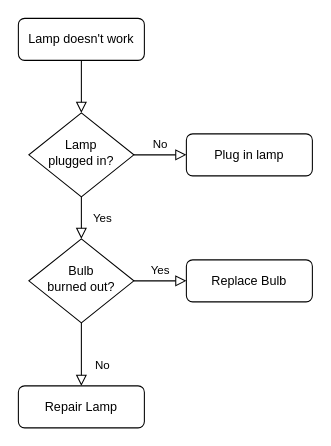
The draw.io diagram Diagramme sans nom.drawio in AurionRodgerDiablo/Vincent-Goldschmidt, before the edit. Source tidied: cells renumbered, new cells numbered last; positions are measured from the earlier drawing's top-left corner, leaving out a move shared by most shapes. Both pictures are drawn from the tidied source at 105%, with x=0, y=0 at pixel (18, 18).
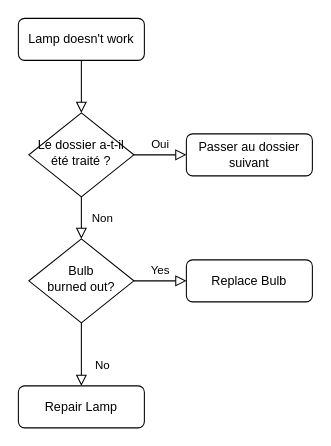
Above is the later version.

Commit message:
Mettre à jour Diagramme sans nom.drawio

What changed in the source:
```diff
@@
 <mxGraphModel>
   <root>
     <mxCell id="0" />
     <mxCell id="1" parent="0" />
     <mxCell id="2" style="rounded=0;html=1;jettySize=auto;fontSize=11;endArrow=block;endFill=0;endSize=8;strokeWidth=1;shadow=0;labelBackgroundColor=none;edgeStyle=orthogonalEdgeStyle;" parent="1" edge="1" source="3" target="6">
       <mxGeometry relative="1" as="geometry" />
     </mxCell>
     <mxCell id="3" value="Lamp doesn't work" style="rounded=1;whiteSpace=wrap;html=1;fontSize=12;glass=0;strokeWidth=1;shadow=0;" parent="1" vertex="1">
       <mxGeometry width="120" height="40" as="geometry" />
     </mxCell>
-    <mxCell id="4" value="Yes" style="rounded=0;html=1;jettySize=auto;fontSize=11;endArrow=block;endFill=0;endSize=8;strokeWidth=1;shadow=0;labelBackgroundColor=none;edgeStyle=orthogonalEdgeStyle;" parent="1" edge="1" source="6" target="10">
+    <mxCell id="4" value="Non" style="rounded=0;html=1;jettySize=auto;fontSize=11;endArrow=block;endFill=0;endSize=8;strokeWidth=1;shadow=0;labelBackgroundColor=none;edgeStyle=orthogonalEdgeStyle;" parent="1" edge="1" source="6" target="10">
       <mxGeometry y="20" relative="1" as="geometry" />
     </mxCell>
-    <mxCell id="5" value="No" style="edgeStyle=orthogonalEdgeStyle;rounded=0;html=1;jettySize=auto;fontSize=11;endArrow=block;endFill=0;endSize=8;strokeWidth=1;shadow=0;labelBackgroundColor=none;" parent="1" edge="1" source="6" target="7">
+    <mxCell id="5" value="Oui" style="edgeStyle=orthogonalEdgeStyle;rounded=0;html=1;jettySize=auto;fontSize=11;endArrow=block;endFill=0;endSize=8;strokeWidth=1;shadow=0;labelBackgroundColor=none;" parent="1" edge="1" source="6" target="7">
       <mxGeometry y="10" relative="1" as="geometry" />
     </mxCell>
-    <mxCell id="6" value="Lamp&lt;br&gt;plugged in?" style="rhombus;whiteSpace=wrap;html=1;shadow=0;fontFamily=Helvetica;fontSize=12;align=center;strokeWidth=1;spacing=6;spacingTop=-4;" parent="1" vertex="1">
+    <mxCell id="6" value="Le dossier a-t-il été traité ?" style="rhombus;whiteSpace=wrap;html=1;shadow=0;fontFamily=Helvetica;fontSize=12;align=center;strokeWidth=1;spacing=6;spacingTop=-4;" parent="1" vertex="1">
       <mxGeometry x="10" y="90" width="100" height="80" as="geometry" />
     </mxCell>
-    <mxCell id="7" value="Plug in lamp" style="rounded=1;whiteSpace=wrap;html=1;fontSize=12;glass=0;strokeWidth=1;shadow=0;" parent="1" vertex="1">
+    <mxCell id="7" value="Passer au dossier suivant" style="rounded=1;whiteSpace=wrap;html=1;fontSize=12;glass=0;strokeWidth=1;shadow=0;" parent="1" vertex="1">
       <mxGeometry x="160" y="110" width="120" height="40" as="geometry" />
     </mxCell>
     <mxCell id="8" value="No" style="rounded=0;html=1;jettySize=auto;fontSize=11;endArrow=block;endFill=0;endSize=8;strokeWidth=1;shadow=0;labelBackgroundColor=none;edgeStyle=orthogonalEdgeStyle;" parent="1" edge="1" source="10" target="11">
       <mxGeometry x="0.33" y="20" relative="1" as="geometry" />
     </mxCell>
     <mxCell id="9" value="Yes" style="edgeStyle=orthogonalEdgeStyle;rounded=0;html=1;jettySize=auto;fontSize=11;endArrow=block;endFill=0;endSize=8;strokeWidth=1;shadow=0;labelBackgroundColor=none;" parent="1" edge="1" source="10" target="12">
       <mxGeometry y="10" relative="1" as="geometry" />
     </mxCell>
     <mxCell id="10" value="Bulb&lt;br&gt;burned out?" style="rhombus;whiteSpace=wrap;html=1;shadow=0;fontFamily=Helvetica;fontSize=12;align=center;strokeWidth=1;spacing=6;spacingTop=-4;" parent="1" vertex="1">
       <mxGeometry x="10" y="210" width="100" height="80" as="geometry" />
     </mxCell>
     <mxCell id="11" value="Repair Lamp" style="rounded=1;whiteSpace=wrap;html=1;fontSize=12;glass=0;strokeWidth=1;shadow=0;" parent="1" vertex="1">
       <mxGeometry y="350" width="120" height="40" as="geometry" />
     </mxCell>
     <mxCell id="12" value="Replace Bulb" style="rounded=1;whiteSpace=wrap;html=1;fontSize=12;glass=0;strokeWidth=1;shadow=0;" parent="1" vertex="1">
       <mxGeometry x="160" y="230" width="120" height="40" as="geometry" />
     </mxCell>
   </root>
 </mxGraphModel>
```
